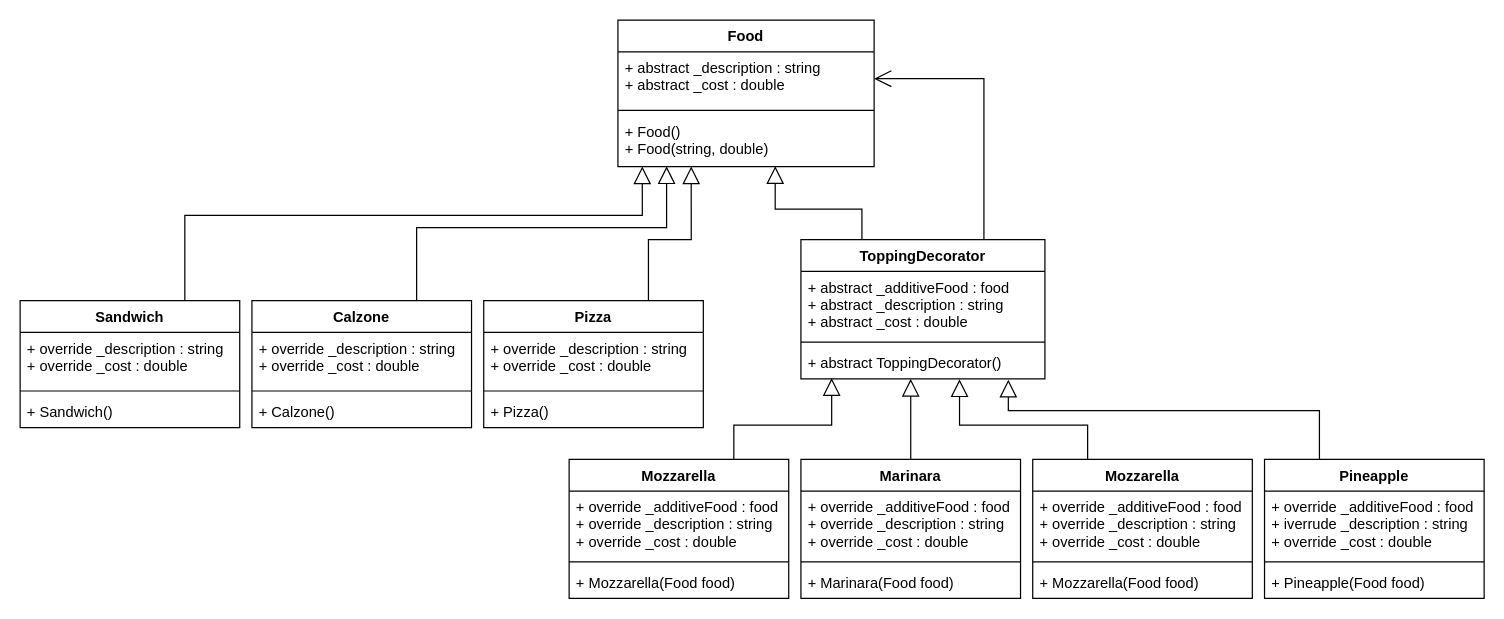
Above: page "ConcreteUML" (2 of 2) of illustrations/Decorator Pattern.drawio in Macradon/I6SWD (draw.io), before the change. Source tidied: cells renumbered, new cells numbered last; positions are measured from the earlier drawing's top-left corner, leaving out a move shared by most shapes. Both pictures are drawn from the tidied source at 122%, with x=0, y=0 at pixel (20, 20).
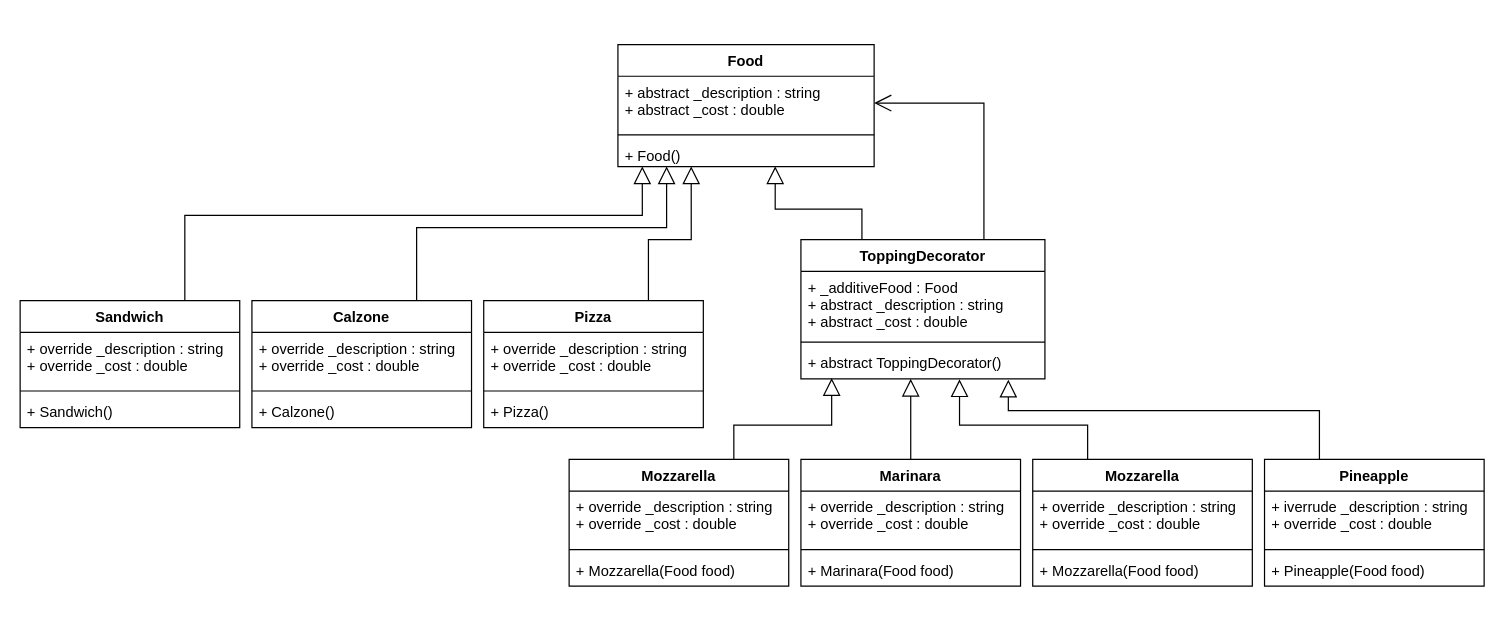
Above is the later version.

The change refers to these unchanged cells:
```xml
<mxCell id="13" value="ToppingDecorator" style="swimlane;fontStyle=1;align=center;verticalAlign=top;horizontal=1;startSize=26;" parent="1" vertex="1">
  <mxGeometry x="640" y="180" width="200" height="114" as="geometry" />
</mxCell>
```

Change to the diagram source:
```diff
@@
     <mxCell id="2" value="Food" style="swimlane;fontStyle=1;align=center;verticalAlign=top;horizontal=1;startSize=26;" parent="1" vertex="1">
-      <mxGeometry x="490" width="210" height="120" as="geometry" />
+      <mxGeometry x="490" y="20" width="210" height="100" as="geometry" />
     </mxCell>
@@
-    <mxCell id="5" value="+ Food()&#10;+ Food(string, double)" style="text;strokeColor=none;fillColor=none;align=left;verticalAlign=top;spacingLeft=4;spacingRight=4;overflow=hidden;points=[[0,0.5],[1,0.5]];portConstraint=eastwest;" parent="2" vertex="1">
-      <mxGeometry y="78" width="210" height="42" as="geometry" />
+    <mxCell id="5" value="+ Food()" style="text;strokeColor=none;fillColor=none;align=left;verticalAlign=top;spacingLeft=4;spacingRight=4;overflow=hidden;points=[[0,0.5],[1,0.5]];portConstraint=eastwest;" parent="2" vertex="1">
+      <mxGeometry y="78" width="210" height="22" as="geometry" />
     </mxCell>
@@
-    <mxCell id="14" value="+ abstract _additiveFood : food&#10;+ abstract _description : string&#10;+ abstract _cost : double" style="text;strokeColor=none;fillColor=none;align=left;verticalAlign=top;spacingLeft=4;spacingRight=4;overflow=hidden;" parent="13" vertex="1">
+    <mxCell id="14" value="+ _additiveFood : Food&#10;+ abstract _description : string&#10;+ abstract _cost : double" style="text;strokeColor=none;fillColor=none;align=left;verticalAlign=top;spacingLeft=4;spacingRight=4;overflow=hidden;" parent="13" vertex="1">
       <mxGeometry y="26" width="200" height="54" as="geometry" />
     </mxCell>
@@
     <mxCell id="18" value="Mozzarella" style="swimlane;fontStyle=1;align=center;verticalAlign=top;horizontal=1;startSize=26;" parent="1" vertex="1">
-      <mxGeometry x="450" y="360" width="180" height="114" as="geometry" />
+      <mxGeometry x="450" y="360" width="180" height="104" as="geometry" />
     </mxCell>
-    <mxCell id="19" value="+ override _additiveFood : food&#10;+ override _description : string&#10;+ override _cost : double" style="text;strokeColor=none;fillColor=none;align=left;verticalAlign=top;spacingLeft=4;spacingRight=4;overflow=hidden;" parent="18" vertex="1">
-      <mxGeometry y="26" width="180" height="54" as="geometry" />
+    <mxCell id="19" value="+ override _description : string&#10;+ override _cost : double" style="text;strokeColor=none;fillColor=none;align=left;verticalAlign=top;spacingLeft=4;spacingRight=4;overflow=hidden;" parent="18" vertex="1">
+      <mxGeometry y="26" width="180" height="44" as="geometry" />
     </mxCell>
     <mxCell id="20" style="line;strokeWidth=1;fillColor=none;align=left;verticalAlign=middle;spacingTop=-1;spacingLeft=3;spacingRight=3;labelPosition=right;" parent="18" vertex="1">
-      <mxGeometry y="80" width="180" height="8" as="geometry" />
+      <mxGeometry y="70" width="180" height="8" as="geometry" />
     </mxCell>
     <mxCell id="21" value="+ Mozzarella(Food food)" style="text;strokeColor=none;fillColor=none;align=left;verticalAlign=top;spacingLeft=4;spacingRight=4;overflow=hidden;" parent="18" vertex="1">
-      <mxGeometry y="88" width="180" height="26" as="geometry" />
+      <mxGeometry y="78" width="180" height="26" as="geometry" />
     </mxCell>
@@
     <mxCell id="33" value="Marinara" style="swimlane;fontStyle=1;align=center;verticalAlign=top;horizontal=1;startSize=26;" parent="1" vertex="1">
-      <mxGeometry x="640" y="360" width="180" height="114" as="geometry" />
+      <mxGeometry x="640" y="360" width="180" height="104" as="geometry" />
     </mxCell>
-    <mxCell id="34" value="+ override _additiveFood : food&#10;+ override _description : string&#10;+ override _cost : double" style="text;strokeColor=none;fillColor=none;align=left;verticalAlign=top;spacingLeft=4;spacingRight=4;overflow=hidden;" parent="33" vertex="1">
-      <mxGeometry y="26" width="180" height="54" as="geometry" />
+    <mxCell id="34" value="+ override _description : string&#10;+ override _cost : double" style="text;strokeColor=none;fillColor=none;align=left;verticalAlign=top;spacingLeft=4;spacingRight=4;overflow=hidden;" parent="33" vertex="1">
+      <mxGeometry y="26" width="180" height="44" as="geometry" />
     </mxCell>
     <mxCell id="35" style="line;strokeWidth=1;fillColor=none;align=left;verticalAlign=middle;spacingTop=-1;spacingLeft=3;spacingRight=3;labelPosition=right;" parent="33" vertex="1">
-      <mxGeometry y="80" width="180" height="8" as="geometry" />
+      <mxGeometry y="70" width="180" height="8" as="geometry" />
     </mxCell>
     <mxCell id="36" value="+ Marinara(Food food)" style="text;strokeColor=none;fillColor=none;align=left;verticalAlign=top;spacingLeft=4;spacingRight=4;overflow=hidden;" parent="33" vertex="1">
-      <mxGeometry y="88" width="180" height="26" as="geometry" />
+      <mxGeometry y="78" width="180" height="26" as="geometry" />
     </mxCell>
@@
     <mxCell id="38" value="Mozzarella" style="swimlane;fontStyle=1;align=center;verticalAlign=top;horizontal=1;startSize=26;" parent="1" vertex="1">
-      <mxGeometry x="830" y="360" width="180" height="114" as="geometry" />
+      <mxGeometry x="830" y="360" width="180" height="104" as="geometry" />
     </mxCell>
-    <mxCell id="39" value="+ override _additiveFood : food&#10;+ override _description : string&#10;+ override _cost : double" style="text;strokeColor=none;fillColor=none;align=left;verticalAlign=top;spacingLeft=4;spacingRight=4;overflow=hidden;" parent="38" vertex="1">
-      <mxGeometry y="26" width="180" height="54" as="geometry" />
+    <mxCell id="39" value="+ override _description : string&#10;+ override _cost : double" style="text;strokeColor=none;fillColor=none;align=left;verticalAlign=top;spacingLeft=4;spacingRight=4;overflow=hidden;" parent="38" vertex="1">
+      <mxGeometry y="26" width="180" height="44" as="geometry" />
     </mxCell>
     <mxCell id="40" style="line;strokeWidth=1;fillColor=none;align=left;verticalAlign=middle;spacingTop=-1;spacingLeft=3;spacingRight=3;labelPosition=right;" parent="38" vertex="1">
-      <mxGeometry y="80" width="180" height="8" as="geometry" />
+      <mxGeometry y="70" width="180" height="8" as="geometry" />
     </mxCell>
     <mxCell id="41" value="+ Mozzarella(Food food)" style="text;strokeColor=none;fillColor=none;align=left;verticalAlign=top;spacingLeft=4;spacingRight=4;overflow=hidden;" parent="38" vertex="1">
-      <mxGeometry y="88" width="180" height="26" as="geometry" />
+      <mxGeometry y="78" width="180" height="26" as="geometry" />
     </mxCell>
@@
     <mxCell id="43" value="Pineapple" style="swimlane;fontStyle=1;align=center;verticalAlign=top;horizontal=1;startSize=26;" parent="1" vertex="1">
-      <mxGeometry x="1020" y="360" width="180" height="114" as="geometry" />
+      <mxGeometry x="1020" y="360" width="180" height="104" as="geometry" />
     </mxCell>
-    <mxCell id="44" value="+ override _additiveFood : food&#10;+ iverrude _description : string&#10;+ override _cost : double" style="text;strokeColor=none;fillColor=none;align=left;verticalAlign=top;spacingLeft=4;spacingRight=4;overflow=hidden;" parent="43" vertex="1">
-      <mxGeometry y="26" width="180" height="54" as="geometry" />
+    <mxCell id="44" value="+ iverrude _description : string&#10;+ override _cost : double" style="text;strokeColor=none;fillColor=none;align=left;verticalAlign=top;spacingLeft=4;spacingRight=4;overflow=hidden;" parent="43" vertex="1">
+      <mxGeometry y="26" width="180" height="44" as="geometry" />
     </mxCell>
     <mxCell id="45" style="line;strokeWidth=1;fillColor=none;align=left;verticalAlign=middle;spacingTop=-1;spacingLeft=3;spacingRight=3;labelPosition=right;" parent="43" vertex="1">
-      <mxGeometry y="80" width="180" height="8" as="geometry" />
+      <mxGeometry y="70" width="180" height="8" as="geometry" />
     </mxCell>
     <mxCell id="46" value="+ Pineapple(Food food)" style="text;strokeColor=none;fillColor=none;align=left;verticalAlign=top;spacingLeft=4;spacingRight=4;overflow=hidden;" parent="43" vertex="1">
-      <mxGeometry y="88" width="180" height="26" as="geometry" />
+      <mxGeometry y="78" width="180" height="26" as="geometry" />
     </mxCell>
```
